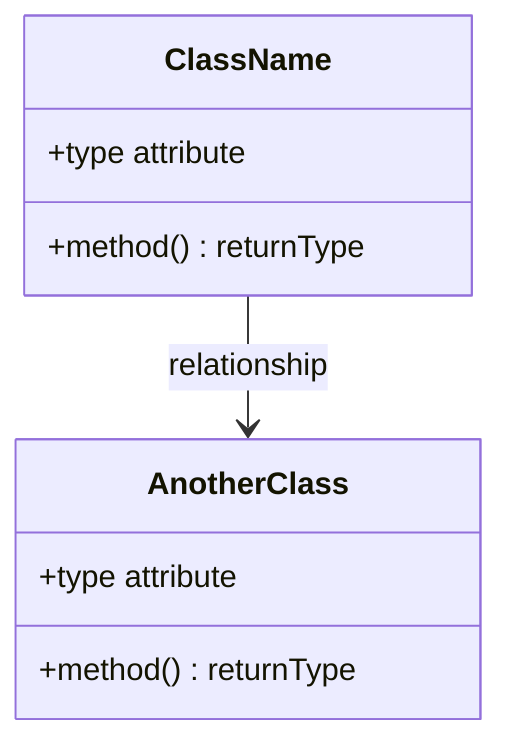
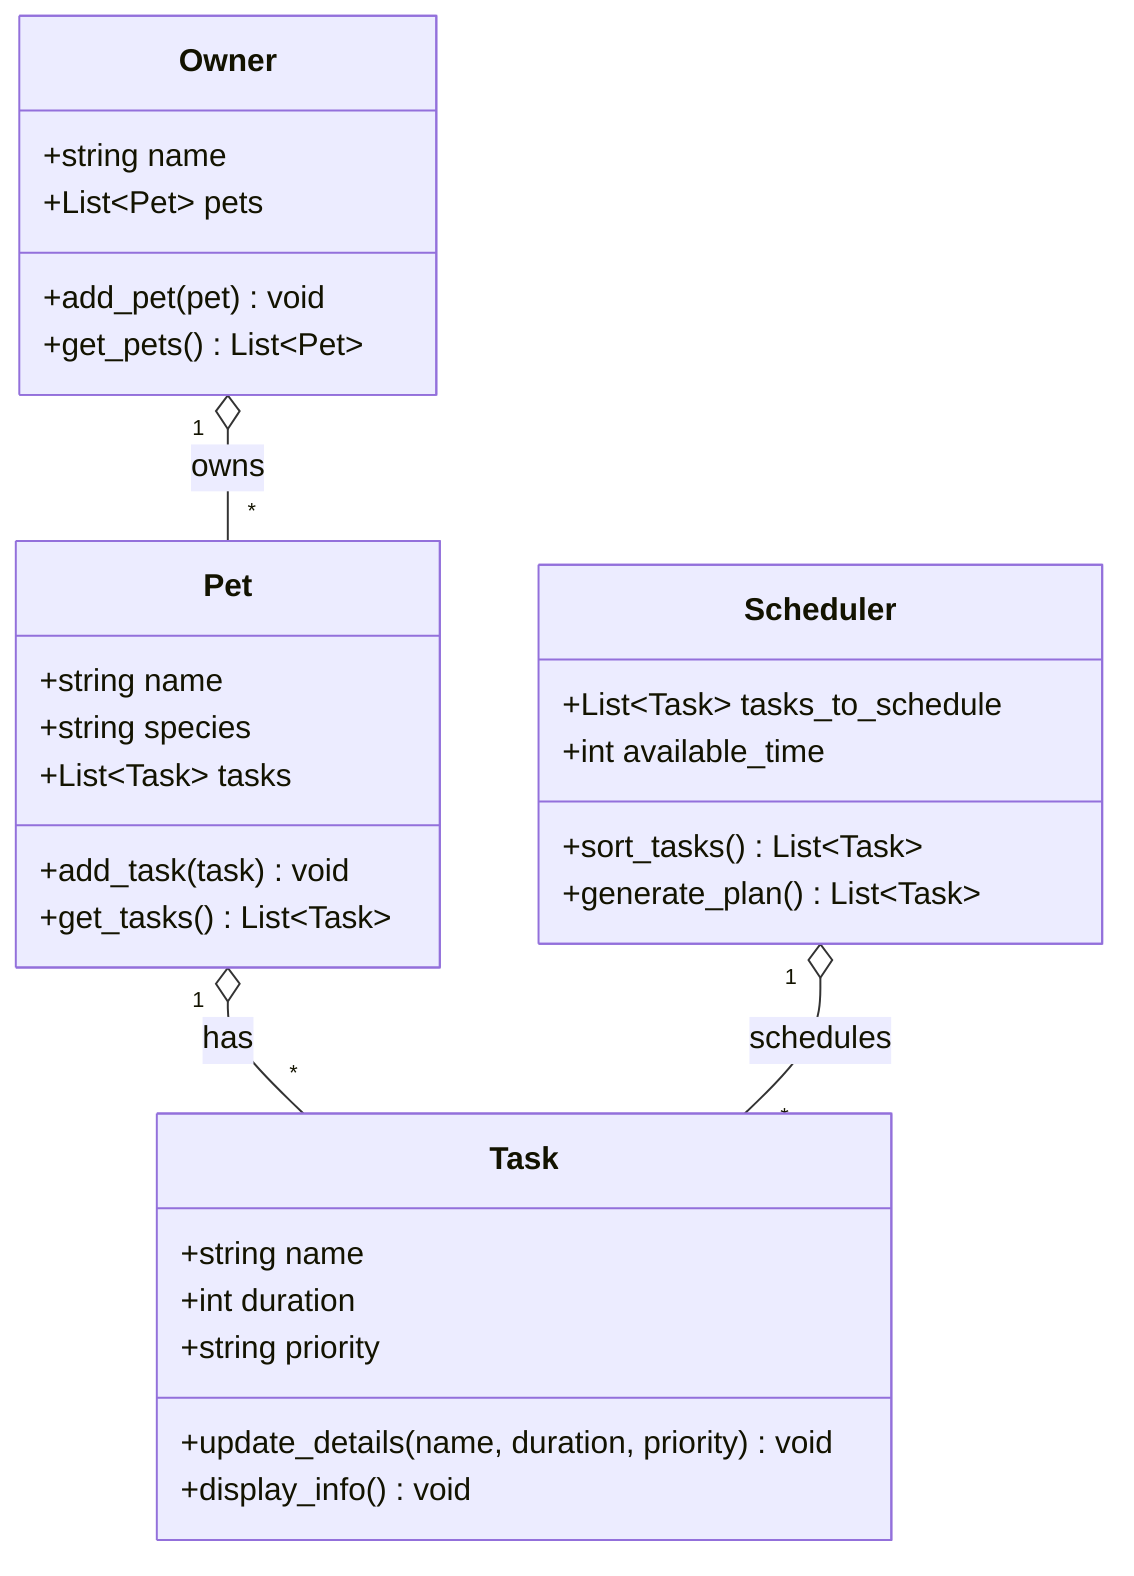
classDiagram
-     %% Replace the placeholders below with your actual classes, attributes, methods, and relationships.
-     %% Keep this file updated so it matches your final implementation.
- 
-     class ClassName {
-         +type attribute
-         +method() returnType
+     class Owner {
+         +string name
+         +List~Pet~ pets
+         +add_pet(pet) void
+         +get_pets() List~Pet~
    }

-     class AnotherClass {
-         +type attribute
-         +method() returnType
+     class Pet {
+         +string name
+         +string species
+         +List~Task~ tasks
+         +add_task(task) void
+         +get_tasks() List~Task~
    }

-     ClassName --> AnotherClass : relationship
+     class Task {
+         +string name
+         +int duration
+         +string priority
+         +update_details(name, duration, priority) void
+         +display_info() void
+     }
+ 
+     class Scheduler {
+         +List~Task~ tasks_to_schedule
+         +int available_time
+         +sort_tasks() List~Task~
+         +generate_plan() List~Task~
+     }
+ 
+     Owner "1" o-- "*" Pet : owns
+     Pet "1" o-- "*" Task : has
+     Scheduler "1" o-- "*" Task : schedules
